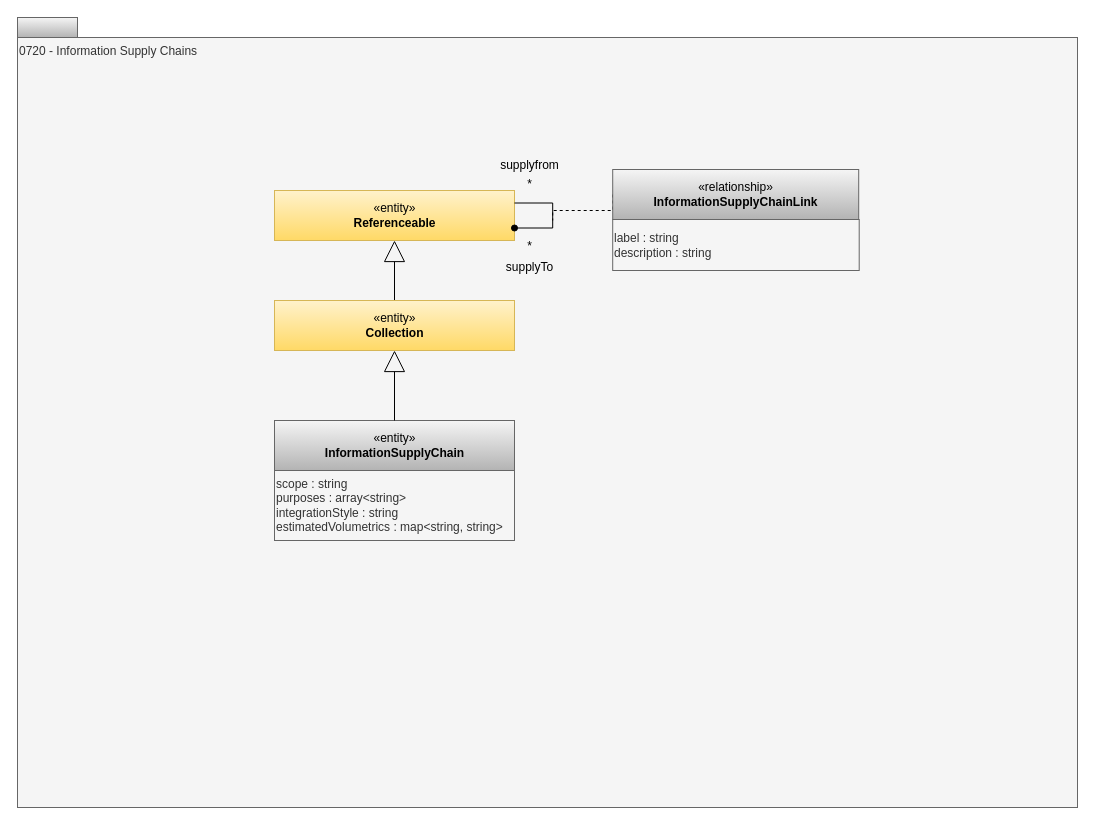
This is page "0720-Information-Supply-Chains" (7 of 19) of site/docs/types/7/area-7-lineage.drawio from odpi/egeria-docs, a draw.io file, before an edit. Source tidied: cells renumbered, new cells numbered last; positions are measured from the earlier drawing's top-left corner, leaving out a move shared by most shapes. Both pictures are drawn from the tidied source at 100%, with x=0, y=0 at pixel (17, 17).
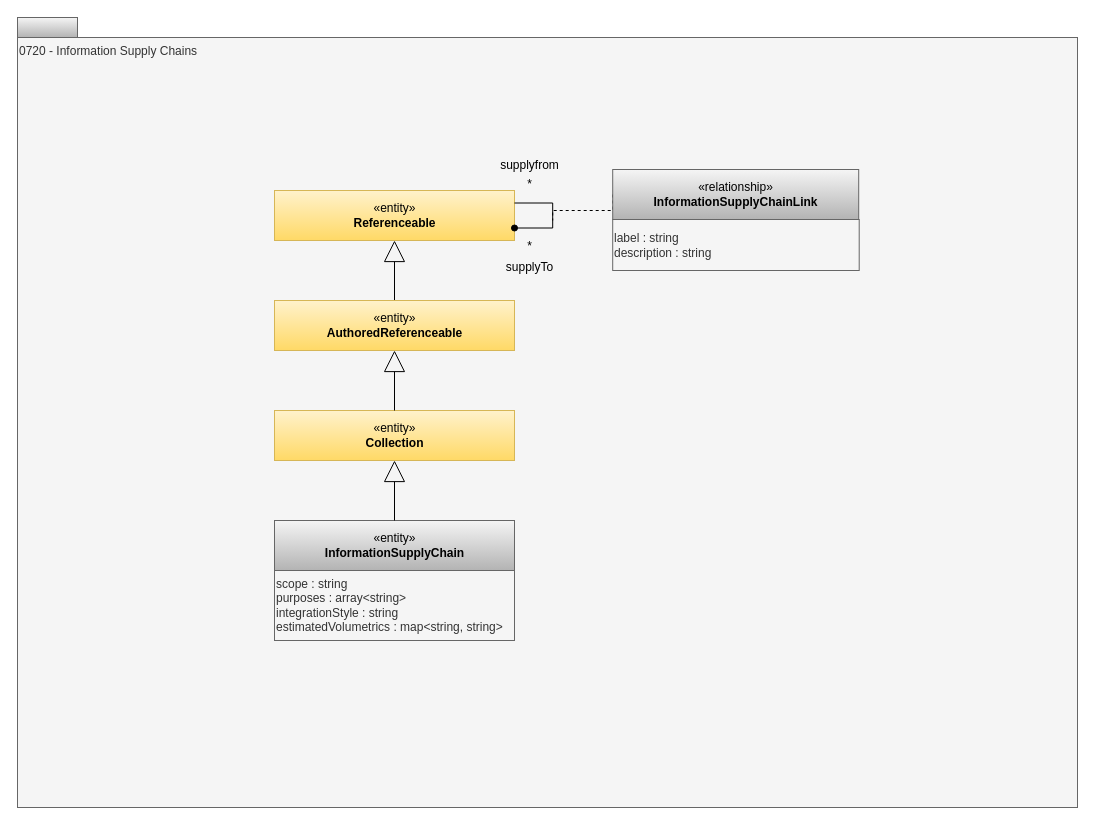
Above is the later version.

The change refers to these unchanged cells:
```xml
<mxCell id="4" value="«entity»&lt;br&gt;&lt;b&gt;Referenceable&lt;/b&gt;" style="html=1;strokeColor=#d6b656;align=center;fillColor=#fff2cc;gradientColor=#ffd966;" parent="1" vertex="1">
  <mxGeometry x="257" y="173" width="240" height="50" as="geometry" />
</mxCell>
```

The edit, as a diff of the source:
```diff
@@
-    <mxCell id="5" style="edgeStyle=orthogonalEdgeStyle;rounded=0;jettySize=auto;html=1;endArrow=block;endFill=0;startSize=6;endSize=19;" parent="1" edge="1" source="16" target="4">
+    <mxCell id="5" style="edgeStyle=orthogonalEdgeStyle;rounded=0;jettySize=auto;html=1;endArrow=block;endFill=0;startSize=6;endSize=19;exitX=0.5;exitY=0;exitDx=0;exitDy=0;" parent="1" edge="1" source="18" target="4">
       <mxGeometry relative="1" as="geometry" />
     </mxCell>
     <mxCell id="6" value="«entity»&lt;br&gt;&lt;b&gt;InformationSupplyChain&lt;/b&gt;" style="html=1;strokeColor=#666666;align=center;fillColor=#f5f5f5;gradientColor=#b3b3b3;" parent="1" vertex="1">
-      <mxGeometry x="257" y="403" width="240" height="50" as="geometry" />
+      <mxGeometry x="257" y="503" width="240" height="50" as="geometry" />
     </mxCell>
     <mxCell id="7" value="scope : string&lt;br&gt;purposes : array&amp;lt;string&amp;gt;&lt;br&gt;&lt;div style=&quot;text-align: left&quot;&gt;&lt;/div&gt;&lt;div&gt;integrationStyle : string&lt;br&gt;estimatedVolumetrics : map&amp;lt;string, string&amp;gt;&lt;/div&gt;" style="rounded=0;whiteSpace=wrap;html=1;strokeColor=#666666;align=left;fillColor=#f5f5f5;fontColor=#333333;" parent="1" vertex="1">
-      <mxGeometry x="257" y="453" width="240" height="70" as="geometry" />
+      <mxGeometry x="257" y="553" width="240" height="70" as="geometry" />
     </mxCell>
@@
     <mxCell id="16" value="«entity»&lt;br&gt;&lt;b&gt;Collection&lt;/b&gt;" style="html=1;strokeColor=#d6b656;align=center;fillColor=#fff2cc;gradientColor=#ffd966;" parent="1" vertex="1">
-      <mxGeometry x="257" y="283" width="240" height="50" as="geometry" />
+      <mxGeometry x="257" y="393" width="240" height="50" as="geometry" />
     </mxCell>
@@
+    <mxCell id="18" value="«entity»&lt;br&gt;&lt;b&gt;AuthoredReferenceable&lt;/b&gt;" style="html=1;strokeColor=#d6b656;align=center;fillColor=#fff2cc;gradientColor=#ffd966;" parent="1" vertex="1">
+      <mxGeometry x="257" y="283" width="240" height="50" as="geometry" />
+    </mxCell>
+    <mxCell id="19" style="edgeStyle=orthogonalEdgeStyle;rounded=0;jettySize=auto;html=1;endArrow=block;endFill=0;startSize=6;endSize=19;exitX=0.5;exitY=0;exitDx=0;exitDy=0;" parent="1" edge="1" source="16" target="18">
+      <mxGeometry relative="1" as="geometry" />
+    </mxCell>
```
